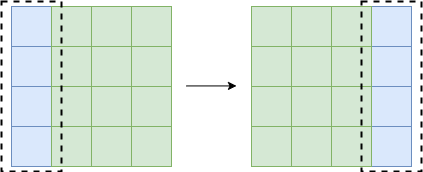
Above: thesis/ch3/移位示意图.drawio.png in guxdong/imgrepo (draw.io), before the change. Source tidied: cells renumbered, new cells last; positions are measured from the earlier drawing's top-left corner, leaving out a move shared by most shapes.
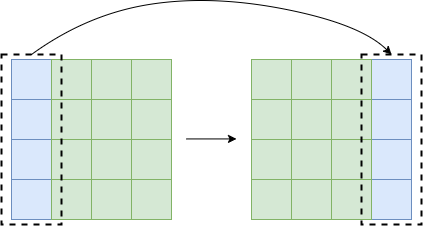
After the commit.

Commit message:
更新移位示意图.drawio.png

What changed in the source:
```diff
@@ -110,5 +110,14 @@
     <mxCell id="36" style="rounded=0;whiteSpace=wrap;html=1;fillColor=none;dashed=1;strokeWidth=2;strokeColor=#000000;" parent="1" vertex="1">
       <mxGeometry x="360" width="60" height="170" as="geometry" />
     </mxCell>
+    <mxCell id="37" style="curved=1;endArrow=classic;html=1;rounded=0;entryX=0.5;entryY=0;entryDx=0;entryDy=0;exitX=0.5;exitY=0;exitDx=0;exitDy=0;" parent="1" edge="1" source="35" target="36">
+      <mxGeometry relative="1" as="geometry">
+        <Array as="points">
+          <mxPoint x="85" y="-40" />
+          <mxPoint x="210" y="-60" />
+          <mxPoint x="360" y="-30" />
+        </Array>
+      </mxGeometry>
+    </mxCell>
   </root>
 </mxGraphModel>
```
